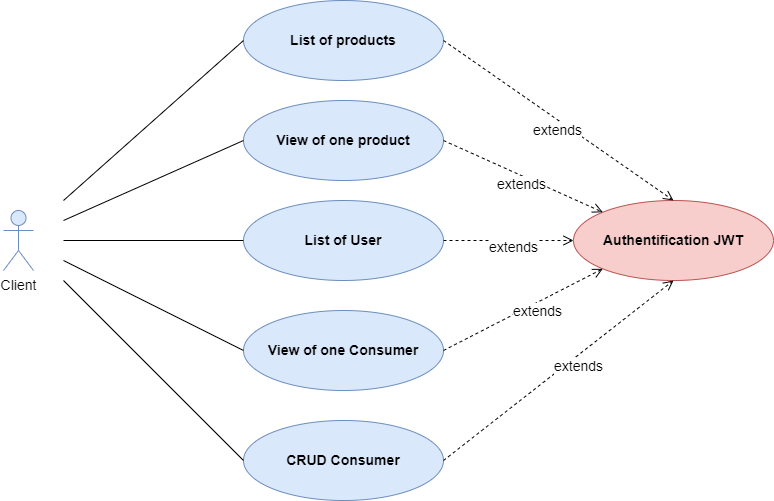
Earlier version of the draw.io export UML Diagrammes/UseCase_Client.png (AureLey/P7-Bilemo). Source tidied: cells renumbered, new cells last; positions are measured from the earlier drawing's top-left corner, leaving out a move shared by most shapes. The source it was exported from:
```xml
<mxGraphModel>
  <root>
    <mxCell id="0" />
    <mxCell id="1" parent="0" />
    <mxCell id="2" value="&lt;b&gt;&lt;font style=&quot;font-size: 14px;&quot;&gt;List of products&lt;/font&gt;&lt;/b&gt;" style="ellipse;whiteSpace=wrap;html=1;fillColor=#dae8fc;strokeColor=#6c8ebf;" parent="1" vertex="1">
      <mxGeometry x="240" width="200" height="80" as="geometry" />
    </mxCell>
    <mxCell id="3" value="&lt;b&gt;&lt;font style=&quot;font-size: 14px;&quot;&gt;View of one product&lt;/font&gt;&lt;/b&gt;" style="ellipse;whiteSpace=wrap;html=1;fillColor=#dae8fc;strokeColor=#6c8ebf;" parent="1" vertex="1">
      <mxGeometry x="240" y="100" width="200" height="80" as="geometry" />
    </mxCell>
    <mxCell id="4" value="Client" style="shape=umlActor;verticalLabelPosition=bottom;verticalAlign=top;html=1;fontSize=14;fillColor=#dae8fc;strokeColor=#6c8ebf;" parent="1" vertex="1">
      <mxGeometry y="210" width="30" height="60" as="geometry" />
    </mxCell>
    <mxCell id="5" value="&lt;span style=&quot;font-size: 14px;&quot;&gt;&lt;b&gt;CRUD Consumer&lt;/b&gt;&lt;/span&gt;" style="ellipse;whiteSpace=wrap;html=1;fillColor=#dae8fc;strokeColor=#6c8ebf;" parent="1" vertex="1">
      <mxGeometry x="240" y="420" width="200" height="80" as="geometry" />
    </mxCell>
    <mxCell id="6" value="&lt;span style=&quot;font-size: 14px;&quot;&gt;View of one Consumer&lt;/span&gt;" style="ellipse;whiteSpace=wrap;html=1;fontStyle=1;fillColor=#dae8fc;strokeColor=#6c8ebf;" parent="1" vertex="1">
      <mxGeometry x="240" y="310" width="200" height="80" as="geometry" />
    </mxCell>
    <mxCell id="7" value="&lt;b&gt;&lt;font style=&quot;font-size: 14px;&quot;&gt;Authentification JWT&lt;/font&gt;&lt;/b&gt;" style="ellipse;whiteSpace=wrap;html=1;fillColor=#f8cecc;strokeColor=#b85450;" parent="1" vertex="1">
      <mxGeometry x="570" y="200" width="200" height="80" as="geometry" />
    </mxCell>
    <mxCell id="8" value="&lt;span style=&quot;font-size: 14px;&quot;&gt;&lt;b&gt;List of User&lt;/b&gt;&lt;/span&gt;" style="ellipse;whiteSpace=wrap;html=1;fillColor=#dae8fc;strokeColor=#6c8ebf;" parent="1" vertex="1">
      <mxGeometry x="240" y="200" width="200" height="80" as="geometry" />
    </mxCell>
    <mxCell id="9" style="endArrow=none;html=1;rounded=0;fontSize=14;entryX=0;entryY=0.5;entryDx=0;entryDy=0;" parent="1" edge="1" target="2">
      <mxGeometry relative="1" as="geometry">
        <mxPoint x="60" y="200" as="sourcePoint" />
      </mxGeometry>
    </mxCell>
    <mxCell id="10" style="endArrow=none;html=1;rounded=0;fontSize=14;entryX=0;entryY=0.5;entryDx=0;entryDy=0;" parent="1" edge="1" target="3">
      <mxGeometry relative="1" as="geometry">
        <mxPoint x="60" y="220" as="sourcePoint" />
      </mxGeometry>
    </mxCell>
    <mxCell id="11" style="endArrow=none;html=1;rounded=0;fontSize=14;entryX=0;entryY=0.5;entryDx=0;entryDy=0;" parent="1" edge="1" target="5">
      <mxGeometry relative="1" as="geometry">
        <mxPoint x="60" y="280" as="sourcePoint" />
      </mxGeometry>
    </mxCell>
    <mxCell id="12" value="extends" style="html=1;verticalAlign=bottom;endArrow=open;dashed=1;endSize=8;rounded=0;fontSize=14;exitX=1;exitY=0.5;exitDx=0;exitDy=0;entryX=0.5;entryY=0;entryDx=0;entryDy=0;" parent="1" edge="1" source="2" target="7">
      <mxGeometry x="0.08" y="-18" relative="1" as="geometry" />
    </mxCell>
    <mxCell id="13" style="endArrow=none;html=1;rounded=0;fontSize=14;exitX=0;exitY=0.5;exitDx=0;exitDy=0;" parent="1" edge="1" source="6">
      <mxGeometry relative="1" as="geometry">
        <mxPoint x="60" y="260" as="targetPoint" />
      </mxGeometry>
    </mxCell>
    <mxCell id="14" value="extends" style="html=1;verticalAlign=bottom;endArrow=open;dashed=1;endSize=8;rounded=0;fontSize=14;exitX=1;exitY=0.5;exitDx=0;exitDy=0;entryX=0;entryY=0.5;entryDx=0;entryDy=0;" parent="1" edge="1" source="8" target="7">
      <mxGeometry x="0.08" y="-18" relative="1" as="geometry" />
    </mxCell>
    <mxCell id="15" style="endArrow=none;html=1;rounded=0;fontSize=14;entryX=0;entryY=0.5;entryDx=0;entryDy=0;" parent="1" edge="1" target="8">
      <mxGeometry relative="1" as="geometry">
        <mxPoint x="60" y="240" as="sourcePoint" />
      </mxGeometry>
    </mxCell>
    <mxCell id="16" value="extends" style="html=1;verticalAlign=bottom;endArrow=open;dashed=1;endSize=8;rounded=0;fontSize=14;exitX=1;exitY=0.5;exitDx=0;exitDy=0;entryX=0;entryY=0;entryDx=0;entryDy=0;" parent="1" edge="1" source="3" target="7">
      <mxGeometry x="0.08" y="-18" relative="1" as="geometry" />
    </mxCell>
    <mxCell id="17" value="extends" style="html=1;verticalAlign=bottom;endArrow=open;dashed=1;endSize=8;rounded=0;fontSize=14;exitX=1;exitY=0.5;exitDx=0;exitDy=0;entryX=0;entryY=1;entryDx=0;entryDy=0;" parent="1" edge="1" source="6" target="7">
      <mxGeometry x="0.08" y="-18" relative="1" as="geometry" />
    </mxCell>
    <mxCell id="18" value="extends" style="html=1;verticalAlign=bottom;endArrow=open;dashed=1;endSize=8;rounded=0;fontSize=14;exitX=1;exitY=0.5;exitDx=0;exitDy=0;entryX=0.5;entryY=1;entryDx=0;entryDy=0;" parent="1" edge="1" source="5" target="7">
      <mxGeometry x="0.08" y="-18" relative="1" as="geometry" />
    </mxCell>
  </root>
</mxGraphModel>
```
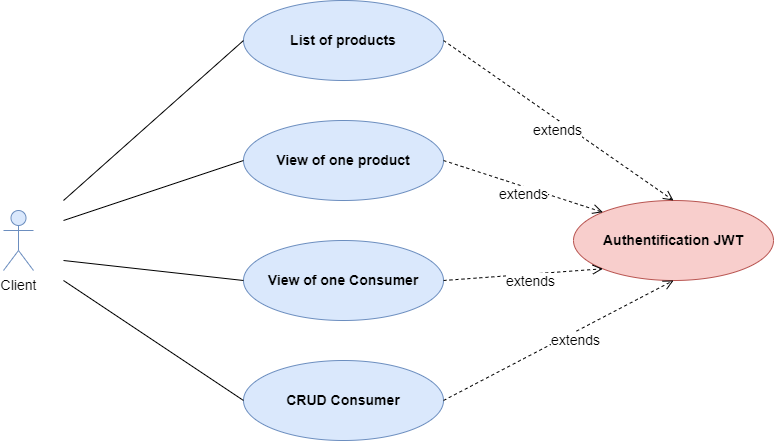
Later version of the same file.

Commit message:
Replace UseCase

Change to the diagram source:
```diff
@@ -6,23 +6,20 @@
       <mxGeometry x="240" width="200" height="80" as="geometry" />
     </mxCell>
     <mxCell id="3" value="&lt;b&gt;&lt;font style=&quot;font-size: 14px;&quot;&gt;View of one product&lt;/font&gt;&lt;/b&gt;" style="ellipse;whiteSpace=wrap;html=1;fillColor=#dae8fc;strokeColor=#6c8ebf;" parent="1" vertex="1">
-      <mxGeometry x="240" y="100" width="200" height="80" as="geometry" />
+      <mxGeometry x="240" y="120" width="200" height="80" as="geometry" />
     </mxCell>
     <mxCell id="4" value="Client" style="shape=umlActor;verticalLabelPosition=bottom;verticalAlign=top;html=1;fontSize=14;fillColor=#dae8fc;strokeColor=#6c8ebf;" parent="1" vertex="1">
       <mxGeometry y="210" width="30" height="60" as="geometry" />
     </mxCell>
     <mxCell id="5" value="&lt;span style=&quot;font-size: 14px;&quot;&gt;&lt;b&gt;CRUD Consumer&lt;/b&gt;&lt;/span&gt;" style="ellipse;whiteSpace=wrap;html=1;fillColor=#dae8fc;strokeColor=#6c8ebf;" parent="1" vertex="1">
-      <mxGeometry x="240" y="420" width="200" height="80" as="geometry" />
+      <mxGeometry x="240" y="360" width="200" height="80" as="geometry" />
     </mxCell>
     <mxCell id="6" value="&lt;span style=&quot;font-size: 14px;&quot;&gt;View of one Consumer&lt;/span&gt;" style="ellipse;whiteSpace=wrap;html=1;fontStyle=1;fillColor=#dae8fc;strokeColor=#6c8ebf;" parent="1" vertex="1">
-      <mxGeometry x="240" y="310" width="200" height="80" as="geometry" />
+      <mxGeometry x="240" y="240" width="200" height="80" as="geometry" />
     </mxCell>
     <mxCell id="7" value="&lt;b&gt;&lt;font style=&quot;font-size: 14px;&quot;&gt;Authentification JWT&lt;/font&gt;&lt;/b&gt;" style="ellipse;whiteSpace=wrap;html=1;fillColor=#f8cecc;strokeColor=#b85450;" parent="1" vertex="1">
       <mxGeometry x="570" y="200" width="200" height="80" as="geometry" />
     </mxCell>
-    <mxCell id="8" value="&lt;span style=&quot;font-size: 14px;&quot;&gt;&lt;b&gt;List of User&lt;/b&gt;&lt;/span&gt;" style="ellipse;whiteSpace=wrap;html=1;fillColor=#dae8fc;strokeColor=#6c8ebf;" parent="1" vertex="1">
-      <mxGeometry x="240" y="200" width="200" height="80" as="geometry" />
-    </mxCell>
     <mxCell id="9" style="endArrow=none;html=1;rounded=0;fontSize=14;entryX=0;entryY=0.5;entryDx=0;entryDy=0;" parent="1" edge="1" target="2">
       <mxGeometry relative="1" as="geometry">
         <mxPoint x="60" y="200" as="sourcePoint" />
@@ -46,14 +43,6 @@
         <mxPoint x="60" y="260" as="targetPoint" />
       </mxGeometry>
     </mxCell>
-    <mxCell id="14" value="extends" style="html=1;verticalAlign=bottom;endArrow=open;dashed=1;endSize=8;rounded=0;fontSize=14;exitX=1;exitY=0.5;exitDx=0;exitDy=0;entryX=0;entryY=0.5;entryDx=0;entryDy=0;" parent="1" edge="1" source="8" target="7">
-      <mxGeometry x="0.08" y="-18" relative="1" as="geometry" />
-    </mxCell>
-    <mxCell id="15" style="endArrow=none;html=1;rounded=0;fontSize=14;entryX=0;entryY=0.5;entryDx=0;entryDy=0;" parent="1" edge="1" target="8">
-      <mxGeometry relative="1" as="geometry">
-        <mxPoint x="60" y="240" as="sourcePoint" />
-      </mxGeometry>
-    </mxCell>
     <mxCell id="16" value="extends" style="html=1;verticalAlign=bottom;endArrow=open;dashed=1;endSize=8;rounded=0;fontSize=14;exitX=1;exitY=0.5;exitDx=0;exitDy=0;entryX=0;entryY=0;entryDx=0;entryDy=0;" parent="1" edge="1" source="3" target="7">
       <mxGeometry x="0.08" y="-18" relative="1" as="geometry" />
     </mxCell>
```
